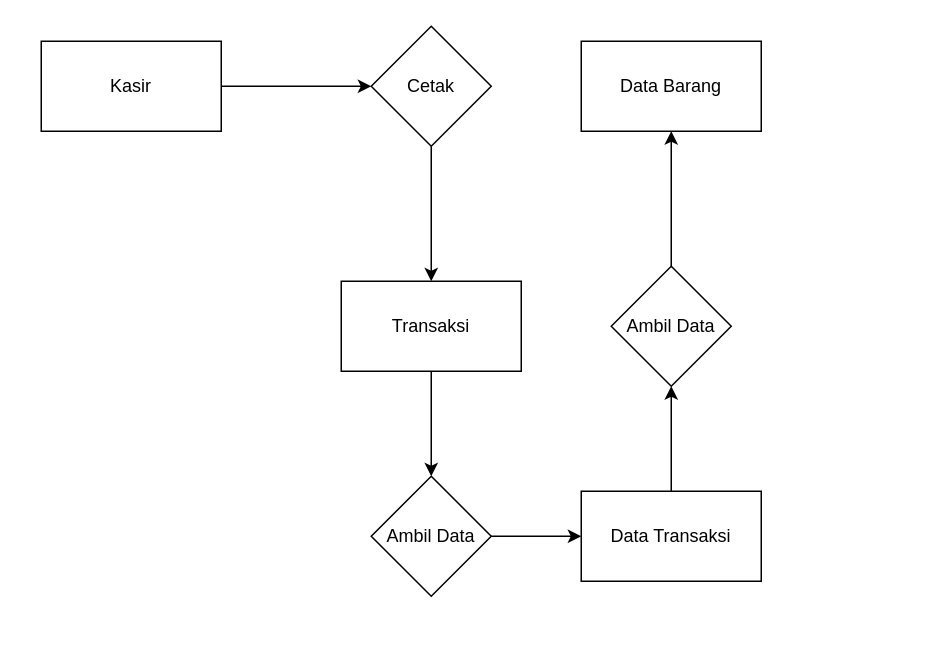
Above: Untitled Diagram.drawio in baharsah/campus-libraries (draw.io), before the change. Source tidied: cells renumbered, new cells numbered last; positions are measured from the earlier drawing's top-left corner, leaving out a move shared by most shapes. Both pictures are drawn from the tidied source at 150%, with x=0, y=0 at pixel (40, 26).
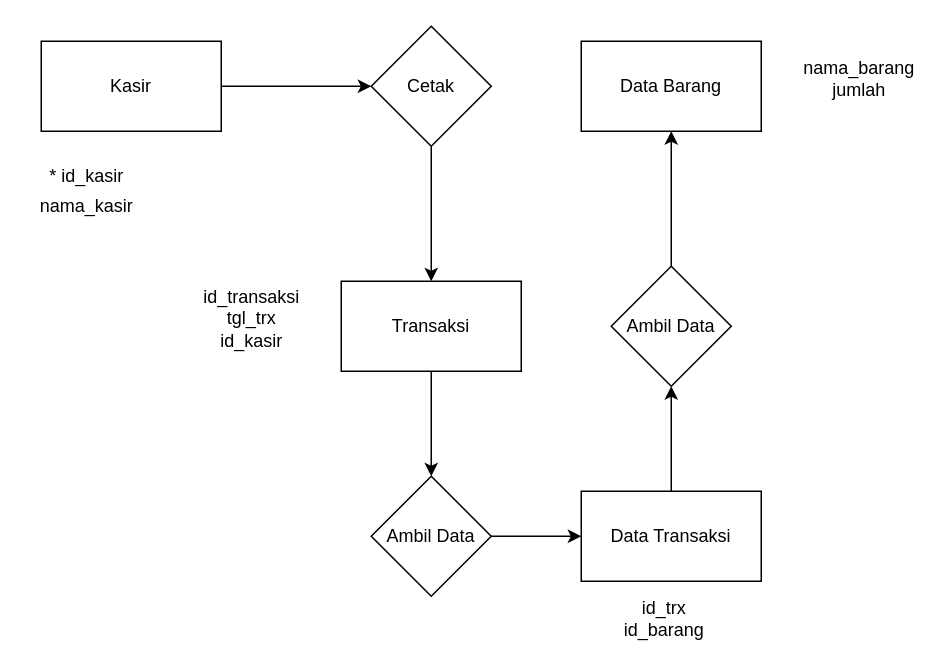
The same diagram, later.

Change to the diagram source:
```diff
@@
 <mxGraphModel>
   <root>
     <mxCell id="0" />
     <mxCell id="1" parent="0" />
     <mxCell id="2" style="edgeStyle=orthogonalEdgeStyle;rounded=0;jettySize=auto;html=1;" parent="1" edge="1" source="3" target="5">
       <mxGeometry relative="1" as="geometry" />
     </mxCell>
     <mxCell id="3" value="Kasir" style="rounded=0;whiteSpace=wrap;html=1;" parent="1" vertex="1">
       <mxGeometry y="10" width="120" height="60" as="geometry" />
     </mxCell>
     <mxCell id="4" style="edgeStyle=orthogonalEdgeStyle;rounded=0;jettySize=auto;html=1;" parent="1" edge="1" source="5" target="7">
       <mxGeometry relative="1" as="geometry" />
     </mxCell>
     <mxCell id="5" value="Cetak" style="rhombus;whiteSpace=wrap;html=1;rounded=0;" parent="1" vertex="1">
       <mxGeometry x="220" width="80" height="80" as="geometry" />
     </mxCell>
     <mxCell id="6" style="edgeStyle=orthogonalEdgeStyle;rounded=0;jettySize=auto;html=1;" parent="1" edge="1" source="7" target="9">
       <mxGeometry relative="1" as="geometry" />
     </mxCell>
     <mxCell id="7" value="Transaksi" style="whiteSpace=wrap;html=1;rounded=0;" parent="1" vertex="1">
       <mxGeometry x="200" y="170" width="120" height="60" as="geometry" />
     </mxCell>
     <mxCell id="8" style="edgeStyle=orthogonalEdgeStyle;rounded=0;jettySize=auto;html=1;" parent="1" edge="1" source="9" target="11">
       <mxGeometry relative="1" as="geometry" />
     </mxCell>
     <mxCell id="9" value="Ambil Data&lt;br&gt;" style="rhombus;whiteSpace=wrap;html=1;rounded=0;" parent="1" vertex="1">
       <mxGeometry x="220" y="300" width="80" height="80" as="geometry" />
     </mxCell>
     <mxCell id="10" style="edgeStyle=orthogonalEdgeStyle;rounded=0;jettySize=auto;html=1;" parent="1" edge="1" source="11" target="13">
       <mxGeometry relative="1" as="geometry" />
     </mxCell>
     <mxCell id="11" value="Data Transaksi" style="whiteSpace=wrap;html=1;rounded=0;" parent="1" vertex="1">
       <mxGeometry x="360" y="310" width="120" height="60" as="geometry" />
     </mxCell>
     <mxCell id="12" style="edgeStyle=orthogonalEdgeStyle;rounded=0;jettySize=auto;html=1;" parent="1" edge="1" source="13" target="14">
       <mxGeometry relative="1" as="geometry" />
     </mxCell>
     <mxCell id="13" value="Ambil Data" style="rhombus;whiteSpace=wrap;html=1;rounded=0;" parent="1" vertex="1">
       <mxGeometry x="380" y="160" width="80" height="80" as="geometry" />
     </mxCell>
     <mxCell id="14" value="Data Barang&lt;br&gt;" style="whiteSpace=wrap;html=1;rounded=0;" parent="1" vertex="1">
       <mxGeometry x="360" y="10" width="120" height="60" as="geometry" />
     </mxCell>
+    <mxCell id="15" value="* id_kasir" style="text;html=1;align=center;verticalAlign=middle;strokeColor=none;fillColor=none;" parent="1" vertex="1">
+      <mxGeometry y="90" width="60" height="20" as="geometry" />
+    </mxCell>
+    <mxCell id="16" value="nama_kasir&lt;br&gt;" style="text;html=1;align=center;verticalAlign=middle;strokeColor=none;fillColor=none;" parent="1" vertex="1">
+      <mxGeometry x="-10" y="110" width="80" height="20" as="geometry" />
+    </mxCell>
+    <mxCell id="17" value="id_transaksi&lt;br&gt;tgl_trx&lt;br&gt;id_kasir" style="text;html=1;align=center;verticalAlign=middle;strokeColor=none;fillColor=none;" parent="1" vertex="1">
+      <mxGeometry x="100" y="170" width="80" height="50" as="geometry" />
+    </mxCell>
+    <mxCell id="18" value="id_trx&lt;br&gt;id_barang" style="text;html=1;align=center;verticalAlign=middle;strokeColor=none;fillColor=none;" parent="1" vertex="1">
+      <mxGeometry x="380" y="380" width="70" height="30" as="geometry" />
+    </mxCell>
+    <mxCell id="19" value="nama_barang&lt;br&gt;jumlah" style="text;html=1;align=center;verticalAlign=middle;strokeColor=none;fillColor=none;" parent="1" vertex="1">
+      <mxGeometry x="500" y="20" width="90" height="30" as="geometry" />
+    </mxCell>
   </root>
 </mxGraphModel>
```
